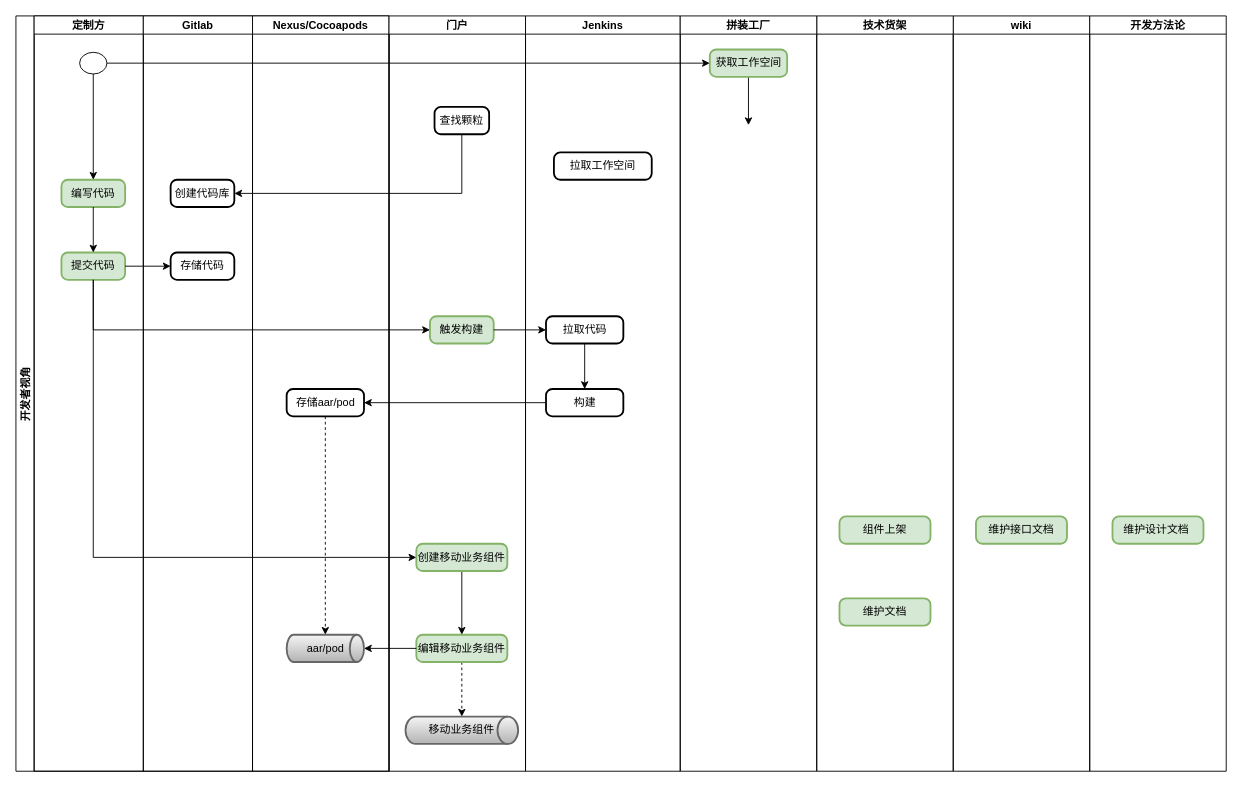
The draw.io diagram page "第 10 页" (10 of 11) of assembly-factory.drawio in kwhitestone/drawio, before the edit. Source tidied: cells renumbered, new cells numbered last; positions are measured from the earlier drawing's top-left corner, leaving out a move shared by most shapes. Both pictures are drawn from the tidied source at 91%, with x=0, y=0 at pixel (15, 15).
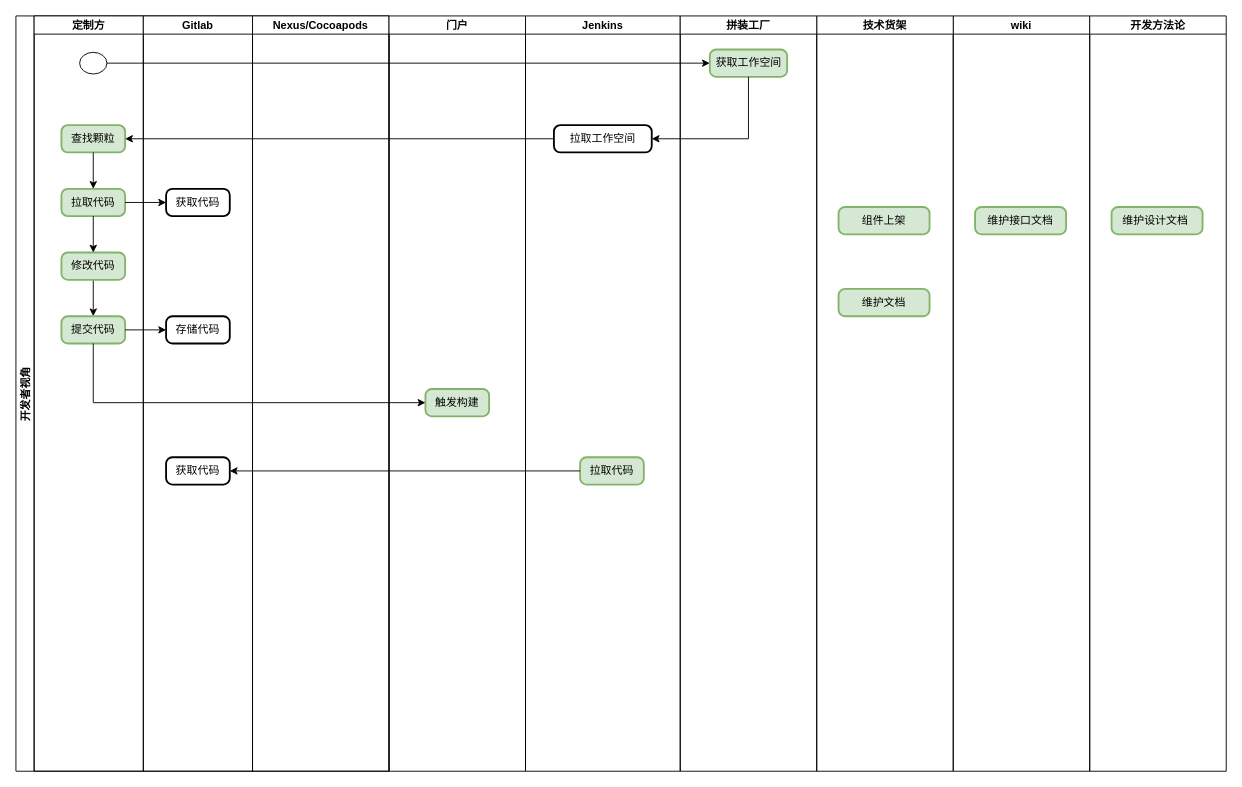
The same diagram, later.

Unchanged cells that the change refers to:
```xml
<mxCell id="2" value="开发者视角" style="swimlane;startSize=20;horizontal=0;" parent="1" vertex="1">
  <mxGeometry width="410" height="830" as="geometry" />
</mxCell>
<mxCell id="3" value="定制方" style="swimlane;startSize=20;" parent="2" vertex="1">
  <mxGeometry x="20" width="120" height="830" as="geometry" />
</mxCell>
<mxCell id="9" value="Gitlab" style="swimlane;startSize=20;" parent="2" vertex="1">
  <mxGeometry x="140" width="120" height="830" as="geometry" />
</mxCell>
<mxCell id="12" value="Nexus/Cocoapods" style="swimlane;startSize=20;" parent="2" vertex="1">
  <mxGeometry x="260" width="150" height="830" as="geometry" />
</mxCell>
<mxCell id="17" value="门户" style="swimlane;startSize=20;" parent="1" vertex="1">
  <mxGeometry x="410" width="150" height="830" as="geometry" />
</mxCell>
<mxCell id="25" value="Jenkins" style="swimlane;startSize=20;" parent="1" vertex="1">
  <mxGeometry x="560" width="170" height="830" as="geometry" />
</mxCell>
<mxCell id="36" value="wiki" style="swimlane;startSize=20;" parent="1" vertex="1">
  <mxGeometry x="1030" width="150" height="830" as="geometry" />
</mxCell>
<mxCell id="39" value="技术货架" style="swimlane;startSize=20;" parent="1" vertex="1">
  <mxGeometry x="880" width="150" height="830" as="geometry" />
</mxCell>
<mxCell id="42" value="开发方法论" style="swimlane;startSize=20;" parent="1" vertex="1">
  <mxGeometry x="1180" width="150" height="830" as="geometry" />
</mxCell>
<mxCell id="44" value="拼装工厂" style="swimlane;startSize=20;" parent="1" vertex="1">
  <mxGeometry x="730" width="150" height="830" as="geometry" />
</mxCell>
```

Change to the diagram source:
```diff
@@
-    <mxCell id="4" value="编写代码" style="rounded=1;whiteSpace=wrap;html=1;absoluteArcSize=1;arcSize=14;strokeWidth=2;fillColor=#d5e8d4;strokeColor=#82b366;" parent="3" vertex="1">
-      <mxGeometry x="30" y="180" width="70" height="30" as="geometry" />
-    </mxCell>
+    <mxCell id="8" style="verticalLabelPosition=bottom;verticalAlign=top;html=1;shape=mxgraph.flowchart.on-page_reference;" parent="3" vertex="1">
+      <mxGeometry x="50" y="40" width="30" height="23.8" as="geometry" />
+    </mxCell>
+    <mxCell id="18" value="查找颗粒" style="rounded=1;whiteSpace=wrap;html=1;absoluteArcSize=1;arcSize=14;strokeWidth=2;fillColor=#d5e8d4;strokeColor=#82b366;" parent="3" vertex="1">
+      <mxGeometry x="30" y="120" width="70" height="30" as="geometry" />
+    </mxCell>
+    <mxCell id="47" style="edgeStyle=orthogonalEdgeStyle;rounded=0;jettySize=auto;html=1;entryX=0.5;entryY=0;entryDx=0;entryDy=0;" parent="3" edge="1" source="48" target="5">
+      <mxGeometry relative="1" as="geometry" />
+    </mxCell>
+    <mxCell id="48" value="修改代码" style="rounded=1;whiteSpace=wrap;html=1;absoluteArcSize=1;arcSize=14;strokeWidth=2;fillColor=#d5e8d4;strokeColor=#82b366;" parent="3" vertex="1">
+      <mxGeometry x="30" y="260" width="70" height="30" as="geometry" />
+    </mxCell>
     <mxCell id="5" value="提交代码" style="rounded=1;whiteSpace=wrap;html=1;absoluteArcSize=1;arcSize=14;strokeWidth=2;fillColor=#d5e8d4;strokeColor=#82b366;" parent="3" vertex="1">
-      <mxGeometry x="30" y="260" width="70" height="30" as="geometry" />
+      <mxGeometry x="30" y="330" width="70" height="30" as="geometry" />
     </mxCell>
-    <mxCell id="6" style="edgeStyle=orthogonalEdgeStyle;rounded=0;jettySize=auto;html=1;entryX=0.5;entryY=0;entryDx=0;entryDy=0;exitX=0.5;exitY=1;exitDx=0;exitDy=0;" parent="3" edge="1" source="4" target="5">
-      <mxGeometry relative="1" as="geometry" />
-    </mxCell>
-    <mxCell id="7" style="edgeStyle=orthogonalEdgeStyle;rounded=0;jettySize=auto;html=1;entryX=0.5;entryY=0;entryDx=0;entryDy=0;" parent="3" edge="1" source="8" target="4">
-      <mxGeometry relative="1" as="geometry" />
-    </mxCell>
-    <mxCell id="8" style="verticalLabelPosition=bottom;verticalAlign=top;html=1;shape=mxgraph.flowchart.on-page_reference;" parent="3" vertex="1">
-      <mxGeometry x="50" y="40" width="30" height="23.8" as="geometry" />
-    </mxCell>
+    <mxCell id="49" value="拉取代码" style="rounded=1;whiteSpace=wrap;html=1;absoluteArcSize=1;arcSize=14;strokeWidth=2;fillColor=#d5e8d4;strokeColor=#82b366;" parent="3" vertex="1">
+      <mxGeometry x="30" y="190" width="70" height="30" as="geometry" />
+    </mxCell>
+    <mxCell id="50" style="edgeStyle=orthogonalEdgeStyle;rounded=0;jettySize=auto;html=1;entryX=0.5;entryY=0;entryDx=0;entryDy=0;exitX=0.5;exitY=1;exitDx=0;exitDy=0;" parent="3" edge="1" source="18" target="49">
+      <mxGeometry relative="1" as="geometry" />
+    </mxCell>
+    <mxCell id="51" style="edgeStyle=orthogonalEdgeStyle;rounded=0;jettySize=auto;html=1;entryX=0.5;entryY=0;entryDx=0;entryDy=0;exitX=0.5;exitY=1;exitDx=0;exitDy=0;" parent="3" edge="1" source="49" target="48">
+      <mxGeometry relative="1" as="geometry" />
+    </mxCell>
@@
-    <mxCell id="10" value="创建代码库" style="rounded=1;whiteSpace=wrap;html=1;absoluteArcSize=1;arcSize=14;strokeWidth=2;" parent="9" vertex="1">
-      <mxGeometry x="30" y="180" width="70" height="30" as="geometry" />
-    </mxCell>
+    <mxCell id="52" value="获取代码" style="rounded=1;whiteSpace=wrap;html=1;absoluteArcSize=1;arcSize=14;strokeWidth=2;" parent="9" vertex="1">
+      <mxGeometry x="25" y="190" width="70" height="30" as="geometry" />
+    </mxCell>
     <mxCell id="11" value="存储代码" style="rounded=1;whiteSpace=wrap;html=1;absoluteArcSize=1;arcSize=14;strokeWidth=2;" parent="9" vertex="1">
-      <mxGeometry x="30" y="260" width="70" height="30" as="geometry" />
+      <mxGeometry x="25" y="330" width="70" height="30" as="geometry" />
     </mxCell>
+    <mxCell id="53" value="获取代码" style="rounded=1;whiteSpace=wrap;html=1;absoluteArcSize=1;arcSize=14;strokeWidth=2;" parent="9" vertex="1">
+      <mxGeometry x="25" y="485" width="70" height="30" as="geometry" />
+    </mxCell>
@@
-    <mxCell id="13" style="edgeStyle=orthogonalEdgeStyle;rounded=0;jettySize=auto;html=1;entryX=0.5;entryY=0;entryDx=0;entryDy=0;entryPerimeter=0;dashed=1;" parent="12" edge="1" source="14" target="15">
-      <mxGeometry relative="1" as="geometry" />
-    </mxCell>
-    <mxCell id="14" value="存储aar/pod" style="rounded=1;whiteSpace=wrap;html=1;absoluteArcSize=1;arcSize=14;strokeWidth=2;" parent="12" vertex="1">
-      <mxGeometry x="37.5" y="410" width="85" height="30" as="geometry" />
-    </mxCell>
-    <mxCell id="15" value="aar/pod" style="strokeWidth=2;html=1;shape=mxgraph.flowchart.direct_data;whiteSpace=wrap;fillColor=#f5f5f5;strokeColor=#666666;gradientColor=#b3b3b3;" parent="12" vertex="1">
-      <mxGeometry x="37.5" y="680" width="85" height="30" as="geometry" />
-    </mxCell>
+    <mxCell id="54" style="edgeStyle=orthogonalEdgeStyle;rounded=0;jettySize=auto;html=1;entryX=0;entryY=0.5;entryDx=0;entryDy=0;" parent="2" edge="1" source="49" target="52">
+      <mxGeometry relative="1" as="geometry" />
+    </mxCell>
-    <mxCell id="16" style="edgeStyle=orthogonalEdgeStyle;rounded=0;jettySize=auto;html=1;entryX=0;entryY=0.5;entryDx=0;entryDy=0;" parent="2" edge="1" source="5" target="11">
+    <mxCell id="16" style="edgeStyle=orthogonalEdgeStyle;rounded=0;jettySize=auto;html=1;exitX=1;exitY=0.5;exitDx=0;exitDy=0;" parent="2" edge="1" source="5" target="11">
       <mxGeometry relative="1" as="geometry" />
     </mxCell>
@@
-    <mxCell id="18" value="查找颗粒" style="rounded=1;whiteSpace=wrap;html=1;absoluteArcSize=1;arcSize=14;strokeWidth=2;" parent="17" vertex="1">
-      <mxGeometry x="50" y="100" width="60" height="30" as="geometry" />
-    </mxCell>
     <mxCell id="19" value="触发构建" style="rounded=1;whiteSpace=wrap;html=1;absoluteArcSize=1;arcSize=14;strokeWidth=2;fillColor=#d5e8d4;strokeColor=#82b366;" parent="17" vertex="1">
-      <mxGeometry x="45" y="330" width="70" height="30" as="geometry" />
+      <mxGeometry x="40" y="410" width="70" height="30" as="geometry" />
     </mxCell>
-    <mxCell id="20" style="edgeStyle=orthogonalEdgeStyle;rounded=0;jettySize=auto;html=1;entryX=0.5;entryY=0;entryDx=0;entryDy=0;entryPerimeter=0;" parent="17" edge="1" source="21">
-      <mxGeometry relative="1" as="geometry">
-        <mxPoint x="80" y="680" as="targetPoint" />
-      </mxGeometry>
-    </mxCell>
-    <mxCell id="21" value="创建移动业务组件" style="rounded=1;whiteSpace=wrap;html=1;absoluteArcSize=1;arcSize=14;strokeWidth=2;fillColor=#d5e8d4;strokeColor=#82b366;" parent="17" vertex="1">
-      <mxGeometry x="30" y="580" width="100" height="30" as="geometry" />
-    </mxCell>
-    <mxCell id="22" style="edgeStyle=orthogonalEdgeStyle;rounded=0;jettySize=auto;html=1;entryX=0.5;entryY=0;entryDx=0;entryDy=0;entryPerimeter=0;dashed=1;" parent="17" edge="1" source="23" target="24">
-      <mxGeometry relative="1" as="geometry" />
-    </mxCell>
-    <mxCell id="23" value="编辑移动业务组件" style="rounded=1;whiteSpace=wrap;html=1;absoluteArcSize=1;arcSize=14;strokeWidth=2;fillColor=#d5e8d4;strokeColor=#82b366;" parent="17" vertex="1">
-      <mxGeometry x="30" y="680" width="100" height="30" as="geometry" />
-    </mxCell>
-    <mxCell id="24" value="移动业务组件" style="strokeWidth=2;html=1;shape=mxgraph.flowchart.direct_data;whiteSpace=wrap;fillColor=#f5f5f5;strokeColor=#666666;gradientColor=#b3b3b3;" parent="17" vertex="1">
-      <mxGeometry x="18.1" y="770" width="123.8" height="30" as="geometry" />
-    </mxCell>
@@
-    <mxCell id="26" value="拉取代码" style="rounded=1;whiteSpace=wrap;html=1;absoluteArcSize=1;arcSize=14;strokeWidth=2;" parent="25" vertex="1">
-      <mxGeometry x="22.5" y="330" width="85" height="30" as="geometry" />
-    </mxCell>
-    <mxCell id="27" value="构建" style="rounded=1;whiteSpace=wrap;html=1;absoluteArcSize=1;arcSize=14;strokeWidth=2;" parent="25" vertex="1">
-      <mxGeometry x="22.5" y="410" width="85" height="30" as="geometry" />
-    </mxCell>
-    <mxCell id="28" style="edgeStyle=orthogonalEdgeStyle;rounded=0;jettySize=auto;html=1;entryX=0.5;entryY=0;entryDx=0;entryDy=0;exitX=0.5;exitY=1;exitDx=0;exitDy=0;" parent="25" edge="1" source="26" target="27">
-      <mxGeometry relative="1" as="geometry" />
-    </mxCell>
     <mxCell id="29" value="拉取工作空间" style="rounded=1;whiteSpace=wrap;html=1;absoluteArcSize=1;arcSize=14;strokeWidth=2;" parent="25" vertex="1">
-      <mxGeometry x="31.2" y="150" width="107.5" height="30" as="geometry" />
+      <mxGeometry x="31.2" y="120" width="107.5" height="30" as="geometry" />
     </mxCell>
-    <mxCell id="30" style="edgeStyle=orthogonalEdgeStyle;rounded=0;jettySize=auto;html=1;entryX=1;entryY=0.5;entryDx=0;entryDy=0;exitX=0.5;exitY=1;exitDx=0;exitDy=0;" parent="1" edge="1" source="18" target="10">
-      <mxGeometry relative="1" as="geometry" />
-    </mxCell>
-    <mxCell id="31" style="edgeStyle=orthogonalEdgeStyle;rounded=0;jettySize=auto;html=1;exitX=1;exitY=0.5;exitDx=0;exitDy=0;entryX=0;entryY=0.5;entryDx=0;entryDy=0;" parent="1" edge="1" source="19" target="26">
-      <mxGeometry relative="1" as="geometry" />
-    </mxCell>
-    <mxCell id="32" style="edgeStyle=orthogonalEdgeStyle;rounded=0;jettySize=auto;html=1;entryX=1;entryY=0.5;entryDx=0;entryDy=0;" parent="1" edge="1" source="27" target="14">
-      <mxGeometry relative="1" as="geometry" />
-    </mxCell>
-    <mxCell id="33" style="edgeStyle=orthogonalEdgeStyle;rounded=0;jettySize=auto;html=1;entryX=0;entryY=0.5;entryDx=0;entryDy=0;exitX=0.5;exitY=1;exitDx=0;exitDy=0;" parent="1" edge="1" source="5" target="19">
-      <mxGeometry relative="1" as="geometry" />
-    </mxCell>
-    <mxCell id="34" style="edgeStyle=orthogonalEdgeStyle;rounded=0;jettySize=auto;html=1;entryX=0;entryY=0.5;entryDx=0;entryDy=0;exitX=0.5;exitY=1;exitDx=0;exitDy=0;" parent="1" edge="1" source="5" target="21">
-      <mxGeometry relative="1" as="geometry" />
-    </mxCell>
-    <mxCell id="35" style="edgeStyle=orthogonalEdgeStyle;rounded=0;jettySize=auto;html=1;entryX=1;entryY=0.5;entryDx=0;entryDy=0;entryPerimeter=0;" parent="1" edge="1" source="23" target="15">
-      <mxGeometry relative="1" as="geometry" />
-    </mxCell>
+    <mxCell id="55" value="拉取代码" style="rounded=1;whiteSpace=wrap;html=1;absoluteArcSize=1;arcSize=14;strokeWidth=2;fillColor=#d5e8d4;strokeColor=#82b366;" parent="25" vertex="1">
+      <mxGeometry x="60" y="485" width="70" height="30" as="geometry" />
+    </mxCell>
@@
     <mxCell id="37" value="维护接口文档" style="rounded=1;whiteSpace=wrap;html=1;absoluteArcSize=1;arcSize=14;strokeWidth=2;fillColor=#d5e8d4;strokeColor=#82b366;" parent="36" vertex="1">
-      <mxGeometry x="25" y="550" width="100" height="30" as="geometry" />
+      <mxGeometry x="24" y="210" width="100" height="30" as="geometry" />
     </mxCell>
@@
     <mxCell id="40" value="组件上架" style="rounded=1;whiteSpace=wrap;html=1;absoluteArcSize=1;arcSize=14;strokeWidth=2;fillColor=#d5e8d4;strokeColor=#82b366;" parent="39" vertex="1">
-      <mxGeometry x="25" y="550" width="100" height="30" as="geometry" />
+      <mxGeometry x="24" y="210" width="100" height="30" as="geometry" />
     </mxCell>
     <mxCell id="41" value="维护文档" style="rounded=1;whiteSpace=wrap;html=1;absoluteArcSize=1;arcSize=14;strokeWidth=2;fillColor=#d5e8d4;strokeColor=#82b366;" parent="39" vertex="1">
-      <mxGeometry x="25" y="640" width="100" height="30" as="geometry" />
+      <mxGeometry x="24" y="300" width="100" height="30" as="geometry" />
     </mxCell>
@@
     <mxCell id="43" value="维护设计文档&amp;nbsp;" style="rounded=1;whiteSpace=wrap;html=1;absoluteArcSize=1;arcSize=14;strokeWidth=2;fillColor=#d5e8d4;strokeColor=#82b366;" parent="42" vertex="1">
-      <mxGeometry x="25" y="550" width="100" height="30" as="geometry" />
+      <mxGeometry x="24" y="210" width="100" height="30" as="geometry" />
     </mxCell>
@@
+    <mxCell id="46" value="获取工作空间" style="rounded=1;whiteSpace=wrap;html=1;absoluteArcSize=1;arcSize=14;strokeWidth=2;fillColor=#d5e8d4;strokeColor=#82b366;" parent="44" vertex="1">
+      <mxGeometry x="32.5" y="36.9" width="85" height="30" as="geometry" />
+    </mxCell>
-    <mxCell id="45" style="edgeStyle=orthogonalEdgeStyle;rounded=0;jettySize=auto;html=1;entryX=0.5;entryY=0;entryDx=0;entryDy=0;" parent="44" edge="1" source="46">
-      <mxGeometry relative="1" as="geometry">
-        <mxPoint x="75" y="120" as="targetPoint" />
-      </mxGeometry>
+    <mxCell id="45" style="edgeStyle=orthogonalEdgeStyle;rounded=0;jettySize=auto;html=1;entryX=1;entryY=0.5;entryDx=0;entryDy=0;exitX=0.5;exitY=1;exitDx=0;exitDy=0;" parent="1" edge="1" source="46" target="29">
+      <mxGeometry relative="1" as="geometry" />
     </mxCell>
-    <mxCell id="46" value="获取工作空间" style="rounded=1;whiteSpace=wrap;html=1;absoluteArcSize=1;arcSize=14;strokeWidth=2;fillColor=#d5e8d4;strokeColor=#82b366;" parent="44" vertex="1">
-      <mxGeometry x="32.5" y="36.9" width="85" height="30" as="geometry" />
-    </mxCell>
+    <mxCell id="56" style="edgeStyle=orthogonalEdgeStyle;rounded=0;jettySize=auto;html=1;entryX=1;entryY=0.5;entryDx=0;entryDy=0;" parent="1" edge="1" source="29" target="18">
+      <mxGeometry relative="1" as="geometry" />
+    </mxCell>
+    <mxCell id="57" style="edgeStyle=orthogonalEdgeStyle;rounded=0;jettySize=auto;html=1;entryX=1;entryY=0.5;entryDx=0;entryDy=0;" parent="1" edge="1" source="55" target="53">
+      <mxGeometry relative="1" as="geometry" />
+    </mxCell>
+    <mxCell id="33" style="edgeStyle=orthogonalEdgeStyle;rounded=0;jettySize=auto;html=1;entryX=0;entryY=0.5;entryDx=0;entryDy=0;" parent="1" edge="1" source="5" target="19">
+      <mxGeometry relative="1" as="geometry">
+        <Array as="points">
+          <mxPoint x="85" y="425" />
+        </Array>
+      </mxGeometry>
+    </mxCell>
```
